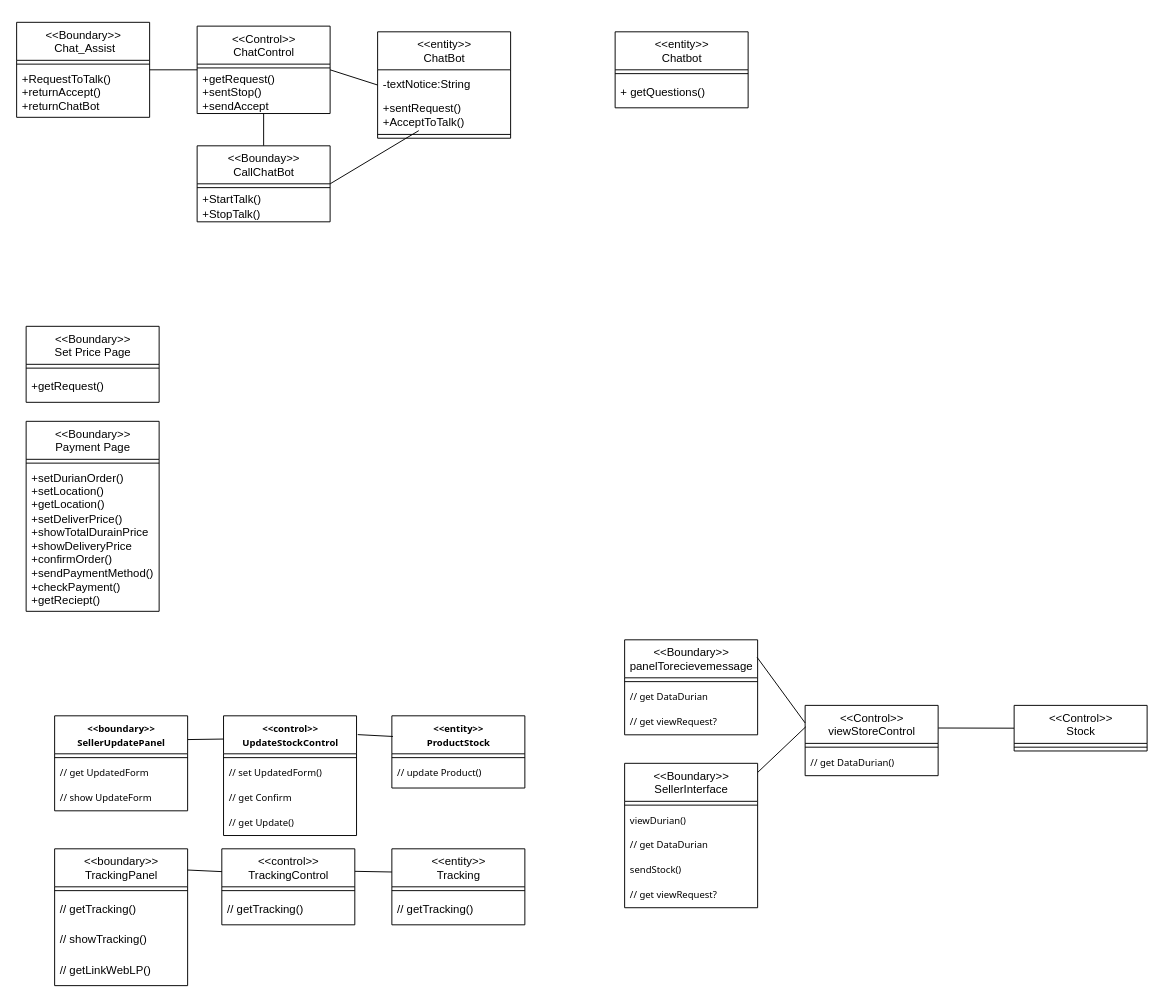
This is VOPC.drawio from munkeawtoast/isad-diagrams, a draw.io file, before an edit. Source tidied: cells renumbered, new cells numbered last; positions are measured from the earlier drawing's top-left corner, leaving out a move shared by most shapes. Both pictures are drawn from the tidied source at 95%, with x=0, y=0 at pixel (16, 22).
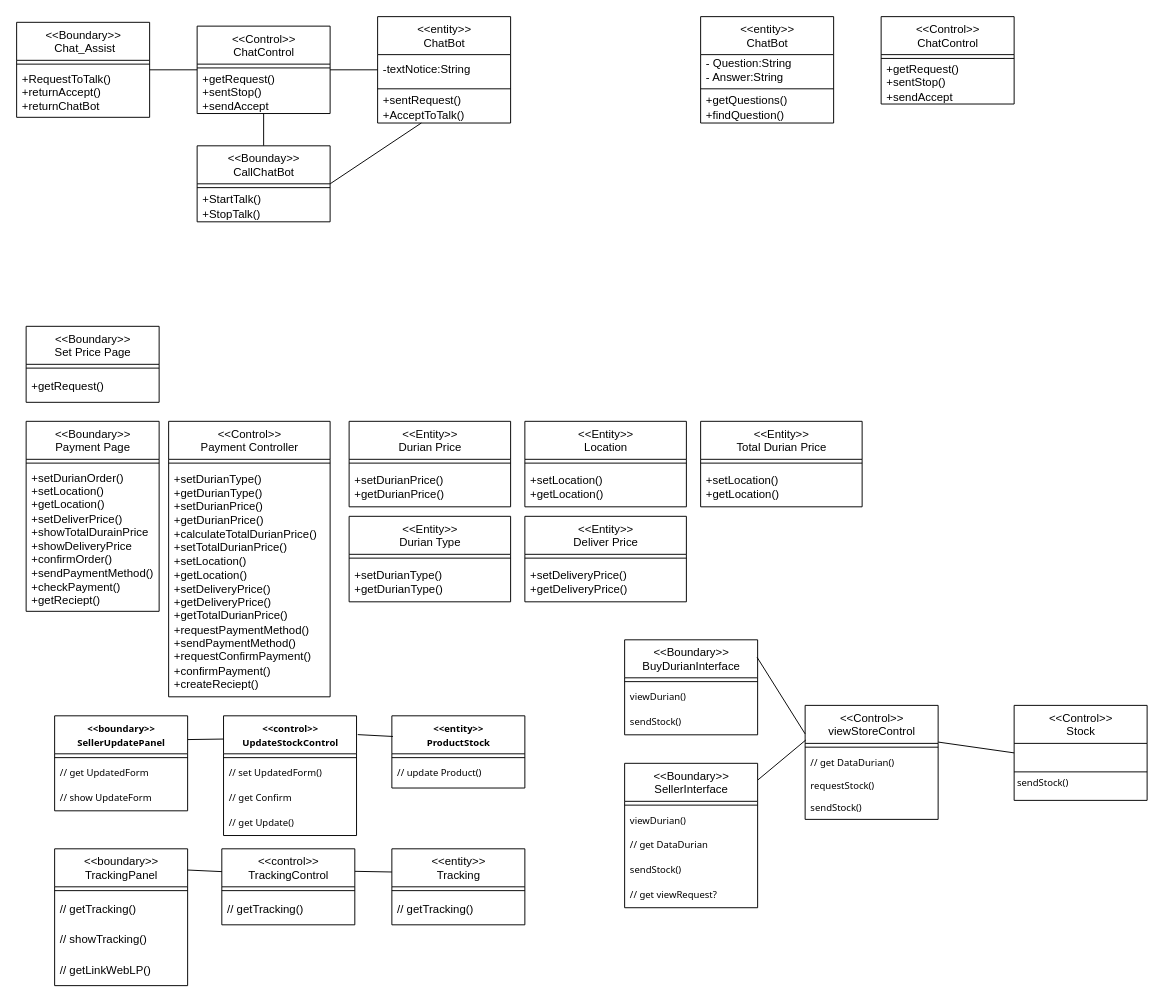
After the change.

What changed in the source:
```diff
@@
-    <mxCell id="2" value="&amp;lt;&amp;lt;entity&amp;gt;&amp;gt;&lt;br&gt;Chatbot" style="swimlane;fontStyle=0;align=center;verticalAlign=top;horizontal=1;startSize=40;html=1;" parent="1" vertex="1">
-      <mxGeometry x="630" y="10" width="140" height="80" as="geometry" />
-    </mxCell>
-    <mxCell id="3" style="line;strokeWidth=1;fillColor=none;align=left;verticalAlign=middle;spacingTop=-1;spacingLeft=3;spacingRight=3;labelPosition=right;" parent="2" vertex="1">
-      <mxGeometry y="40" width="140" height="8" as="geometry" />
-    </mxCell>
-    <mxCell id="4" value="+ getQuestions()&lt;br&gt;" style="html=1;strokeColor=none;fillColor=none;align=left;verticalAlign=middle;spacingLeft=4;spacingRight=4;" parent="2" vertex="1">
-      <mxGeometry y="48" width="140" height="32" as="geometry" />
-    </mxCell>
@@
     <mxCell id="13" value="&amp;lt;&amp;lt;entity&amp;gt;&amp;gt;&lt;br&gt;ChatBot" style="swimlane;fontStyle=0;align=center;verticalAlign=top;horizontal=1;startSize=40;html=1;" parent="1" vertex="1">
-      <mxGeometry x="380" y="10" width="140" height="112" as="geometry" />
+      <mxGeometry x="380" y="-6" width="140" height="112" as="geometry" />
     </mxCell>
@@
+    <mxCell id="16" style="line;strokeWidth=1;fillColor=none;align=left;verticalAlign=middle;spacingTop=-1;spacingLeft=3;spacingRight=3;labelPosition=right;" parent="13" vertex="1">
+      <mxGeometry y="72" width="140" height="8" as="geometry" />
+    </mxCell>
     <mxCell id="15" value="+sentRequest()&lt;br&gt;+AcceptToTalk()" style="html=1;strokeColor=none;fillColor=none;align=left;verticalAlign=middle;spacingLeft=4;spacingRight=4;points=[[0,0.5],[1,0.5]];" parent="13" vertex="1">
-      <mxGeometry y="72" width="140" height="32" as="geometry" />
+      <mxGeometry y="80" width="140" height="32" as="geometry" />
     </mxCell>
-    <mxCell id="16" style="line;strokeWidth=1;fillColor=none;align=left;verticalAlign=middle;spacingTop=-1;spacingLeft=3;spacingRight=3;labelPosition=right;" parent="13" vertex="1">
-      <mxGeometry y="104" width="140" height="8" as="geometry" />
-    </mxCell>
@@
-    <mxCell id="22" value="&lt;span style=&quot;font-family: Helvetica; font-size: 12px; font-style: normal; font-variant-ligatures: normal; font-variant-caps: normal; font-weight: 400; letter-spacing: normal; orphans: 2; text-align: center; text-indent: 0px; text-transform: none; widows: 2; word-spacing: 0px; -webkit-text-stroke-width: 0px; text-decoration-thickness: initial; text-decoration-style: initial; text-decoration-color: initial; float: none; display: inline !important;&quot;&gt;&amp;lt;&amp;lt;Boundary&amp;gt;&amp;gt;&lt;/span&gt;&lt;br style=&quot;border-color: rgb(0, 0, 0); font-family: Helvetica; font-size: 12px; font-style: normal; font-variant-ligatures: normal; font-variant-caps: normal; font-weight: 400; letter-spacing: normal; orphans: 2; text-align: center; text-indent: 0px; text-transform: none; widows: 2; word-spacing: 0px; -webkit-text-stroke-width: 0px; text-decoration-thickness: initial; text-decoration-style: initial; text-decoration-color: initial;&quot;&gt;&lt;span style=&quot;font-family: Helvetica; font-size: 12px; font-style: normal; font-variant-ligatures: normal; font-variant-caps: normal; font-weight: 400; letter-spacing: normal; orphans: 2; text-align: center; text-indent: 0px; text-transform: none; widows: 2; word-spacing: 0px; -webkit-text-stroke-width: 0px; text-decoration-thickness: initial; text-decoration-style: initial; text-decoration-color: initial; float: none; display: inline !important;&quot;&gt;panelTorecievemessage&lt;/span&gt;" style="swimlane;fontStyle=0;align=center;verticalAlign=top;horizontal=1;startSize=40;html=1;" parent="1" vertex="1">
+    <mxCell id="22" value="&lt;span style=&quot;font-family: Helvetica; font-size: 12px; font-style: normal; font-variant-ligatures: normal; font-variant-caps: normal; font-weight: 400; letter-spacing: normal; orphans: 2; text-align: center; text-indent: 0px; text-transform: none; widows: 2; word-spacing: 0px; -webkit-text-stroke-width: 0px; text-decoration-thickness: initial; text-decoration-style: initial; text-decoration-color: initial; float: none; display: inline !important;&quot;&gt;&amp;lt;&amp;lt;Boundary&amp;gt;&amp;gt;&lt;/span&gt;&lt;br style=&quot;border-color: rgb(0, 0, 0); font-family: Helvetica; font-size: 12px; font-style: normal; font-variant-ligatures: normal; font-variant-caps: normal; font-weight: 400; letter-spacing: normal; orphans: 2; text-align: center; text-indent: 0px; text-transform: none; widows: 2; word-spacing: 0px; -webkit-text-stroke-width: 0px; text-decoration-thickness: initial; text-decoration-style: initial; text-decoration-color: initial;&quot;&gt;&lt;span style=&quot;font-family: Helvetica; font-size: 12px; font-style: normal; font-variant-ligatures: normal; font-variant-caps: normal; font-weight: 400; letter-spacing: normal; orphans: 2; text-align: center; text-indent: 0px; text-transform: none; widows: 2; word-spacing: 0px; -webkit-text-stroke-width: 0px; text-decoration-thickness: initial; text-decoration-style: initial; text-decoration-color: initial; float: none; display: inline !important;&quot;&gt;BuyDurianInterface&lt;/span&gt;" style="swimlane;fontStyle=0;align=center;verticalAlign=top;horizontal=1;startSize=40;html=1;" parent="1" vertex="1">
       <mxGeometry x="640" y="650" width="140" height="100" as="geometry" />
     </mxCell>
@@
-    <mxCell id="24" value="// get DataDurian" style="text;strokeColor=none;fillColor=none;align=left;verticalAlign=top;spacingLeft=4;spacingRight=4;overflow=hidden;strokeWidth=0;fontFamily=Tahoma;fontSize=10;" parent="22" vertex="1">
+    <mxCell id="24" value="viewDurian()" style="text;strokeColor=none;fillColor=none;align=left;verticalAlign=top;spacingLeft=4;spacingRight=4;overflow=hidden;strokeWidth=0;fontFamily=Tahoma;fontSize=10;" parent="22" vertex="1">
       <mxGeometry y="48" width="140" height="26" as="geometry" />
     </mxCell>
-    <mxCell id="25" value="// get viewRequest?" style="text;strokeColor=none;fillColor=none;align=left;verticalAlign=top;spacingLeft=4;spacingRight=4;overflow=hidden;strokeWidth=0;fontFamily=Tahoma;fontSize=10;" parent="22" vertex="1">
+    <mxCell id="25" value="sendStock()" style="text;strokeColor=none;fillColor=none;align=left;verticalAlign=top;spacingLeft=4;spacingRight=4;overflow=hidden;strokeWidth=0;fontFamily=Tahoma;fontSize=10;" parent="22" vertex="1">
       <mxGeometry y="74" width="140" height="26" as="geometry" />
     </mxCell>
@@
     <mxCell id="27" value="&lt;span style=&quot;&quot;&gt;&amp;lt;&amp;lt;Control&amp;gt;&amp;gt;&lt;/span&gt;&lt;br style=&quot;&quot;&gt;&lt;span style=&quot;&quot;&gt;viewStoreControl&lt;/span&gt;" style="swimlane;fontStyle=0;align=center;verticalAlign=top;horizontal=1;startSize=40;html=1;" parent="1" vertex="1">
-      <mxGeometry x="830" y="719" width="140" height="74" as="geometry" />
+      <mxGeometry x="830" y="719" width="140" height="120" as="geometry" />
     </mxCell>
@@
-    <mxCell id="29" value="// get DataDurian()" style="text;strokeColor=none;fillColor=none;align=left;verticalAlign=top;spacingLeft=4;spacingRight=4;overflow=hidden;strokeWidth=0;fontFamily=Tahoma;fontSize=10;" parent="27" vertex="1">
-      <mxGeometry y="48" width="140" height="26" as="geometry" />
+    <mxCell id="29" value="// get DataDurian()&#10;&#10;requestStock()&#10;&#10;sendStock()&#10;" style="text;strokeColor=none;fillColor=none;align=left;verticalAlign=top;spacingLeft=4;spacingRight=4;overflow=hidden;strokeWidth=0;fontFamily=Tahoma;fontSize=10;" parent="27" vertex="1">
+      <mxGeometry y="48" width="140" height="72" as="geometry" />
     </mxCell>
@@
     <mxCell id="64" value="&lt;span style=&quot;&quot;&gt;&amp;lt;&amp;lt;Control&amp;gt;&amp;gt;&lt;/span&gt;&lt;br style=&quot;&quot;&gt;Stock" style="swimlane;fontStyle=0;align=center;verticalAlign=top;horizontal=1;startSize=40;html=1;" parent="1" vertex="1">
-      <mxGeometry x="1050" y="719" width="140" height="48" as="geometry" />
+      <mxGeometry x="1050" y="719" width="140" height="100" as="geometry" />
     </mxCell>
     <mxCell id="65" style="line;strokeWidth=1;fillColor=none;align=left;verticalAlign=middle;spacingTop=-1;spacingLeft=3;spacingRight=3;labelPosition=right;" parent="64" vertex="1">
-      <mxGeometry y="40" width="140" height="8" as="geometry" />
+      <mxGeometry y="40" width="140" height="60" as="geometry" />
     </mxCell>
@@
+    <mxCell id="73" value="&amp;lt;&amp;lt;Control&amp;gt;&amp;gt;&lt;br&gt;Payment Controller" style="swimlane;fontStyle=0;align=center;verticalAlign=top;horizontal=1;startSize=40;html=1;" parent="1" vertex="1">
+      <mxGeometry x="160" y="420" width="170" height="290" as="geometry" />
+    </mxCell>
+    <mxCell id="74" style="line;strokeWidth=1;fillColor=none;align=left;verticalAlign=middle;spacingTop=-1;spacingLeft=3;spacingRight=3;labelPosition=right;" parent="73" vertex="1">
+      <mxGeometry y="40" width="170" height="8" as="geometry" />
+    </mxCell>
+    <mxCell id="75" value="+setDurianType()&lt;br&gt;+getDurianType()&lt;br&gt;+setDurianPrice()&lt;br&gt;+getDurianPrice()&lt;br&gt;+calculateTotalDurianPrice()&lt;br&gt;+setTotalDurianPrice()&lt;br&gt;+setLocation()&lt;br&gt;+getLocation()&lt;br&gt;+setDeliveryPrice()&lt;br&gt;+getDeliveryPrice()&lt;br&gt;+getTotalDurianPrice()&lt;br&gt;+requestPaymentMethod()&lt;br&gt;+sendPaymentMethod()&lt;br&gt;+requestConfirmPayment()&lt;br&gt;+confirmPayment()&lt;br&gt;+createReciept()" style="html=1;strokeColor=none;fillColor=none;align=left;verticalAlign=middle;spacingLeft=4;spacingRight=4;" parent="73" vertex="1">
+      <mxGeometry y="48" width="170" height="242" as="geometry" />
+    </mxCell>
+    <mxCell id="76" value="&amp;lt;&amp;lt;entity&amp;gt;&amp;gt;&lt;br&gt;ChatBot" style="swimlane;fontStyle=0;align=center;verticalAlign=top;horizontal=1;startSize=40;html=1;" parent="1" vertex="1">
+      <mxGeometry x="720" y="-6" width="140" height="112" as="geometry" />
+    </mxCell>
+    <mxCell id="77" value="- Question:String&lt;br&gt;- Answer:String" style="html=1;strokeColor=none;fillColor=none;align=left;verticalAlign=middle;spacingLeft=4;spacingRight=4;" parent="76" vertex="1">
+      <mxGeometry y="40" width="140" height="32" as="geometry" />
+    </mxCell>
+    <mxCell id="78" style="line;strokeWidth=1;fillColor=none;align=left;verticalAlign=middle;spacingTop=-1;spacingLeft=3;spacingRight=3;labelPosition=right;" parent="76" vertex="1">
+      <mxGeometry y="72" width="140" height="8" as="geometry" />
+    </mxCell>
+    <mxCell id="79" value="+getQuestions()&lt;br&gt;+findQuestion()" style="html=1;strokeColor=none;fillColor=none;align=left;verticalAlign=middle;spacingLeft=4;spacingRight=4;" parent="76" vertex="1">
+      <mxGeometry y="80" width="140" height="32" as="geometry" />
+    </mxCell>
+    <mxCell id="80" value="&amp;lt;&amp;lt;Control&amp;gt;&amp;gt;&lt;br&gt;ChatControl" style="swimlane;fontStyle=0;align=center;verticalAlign=top;horizontal=1;startSize=40;html=1;" parent="1" vertex="1">
+      <mxGeometry x="910" y="-6" width="140" height="92" as="geometry" />
+    </mxCell>
+    <mxCell id="3" style="line;strokeWidth=1;fillColor=none;align=left;verticalAlign=middle;spacingTop=-1;spacingLeft=3;spacingRight=3;labelPosition=right;" parent="80" vertex="1">
+      <mxGeometry y="40" width="140" height="8" as="geometry" />
+    </mxCell>
+    <mxCell id="81" value="+getRequest()&lt;br&gt;+sentStop()&lt;br&gt;+sendAccept" style="html=1;strokeColor=none;fillColor=none;align=left;verticalAlign=middle;spacingLeft=4;spacingRight=4;" parent="80" vertex="1">
+      <mxGeometry y="48" width="140" height="44" as="geometry" />
+    </mxCell>
+    <mxCell id="82" value="&lt;span style=&quot;font-family: Tahoma; font-size: 10px; text-align: left;&quot;&gt;sendStock()&lt;/span&gt;" style="text;html=1;align=center;verticalAlign=middle;strokeColor=none;fillColor=none;" parent="1" vertex="1">
+      <mxGeometry x="1040" y="785" width="80" height="30" as="geometry" />
+    </mxCell>
+    <mxCell id="83" value="&amp;lt;&amp;lt;Entity&amp;gt;&amp;gt;&lt;br&gt;Durian Price" style="swimlane;fontStyle=0;align=center;verticalAlign=top;horizontal=1;startSize=40;html=1;" parent="1" vertex="1">
+      <mxGeometry x="350" y="420" width="170" height="90" as="geometry" />
+    </mxCell>
+    <mxCell id="84" style="line;strokeWidth=1;fillColor=none;align=left;verticalAlign=middle;spacingTop=-1;spacingLeft=3;spacingRight=3;labelPosition=right;" parent="83" vertex="1">
+      <mxGeometry y="40" width="170" height="8" as="geometry" />
+    </mxCell>
+    <mxCell id="85" value="+setDurianPrice()&lt;br&gt;+getDurianPrice()" style="html=1;strokeColor=none;fillColor=none;align=left;verticalAlign=middle;spacingLeft=4;spacingRight=4;" parent="83" vertex="1">
+      <mxGeometry y="48" width="170" height="42" as="geometry" />
+    </mxCell>
+    <mxCell id="86" value="&amp;lt;&amp;lt;Entity&amp;gt;&amp;gt;&lt;br&gt;Durian Type" style="swimlane;fontStyle=0;align=center;verticalAlign=top;horizontal=1;startSize=40;html=1;" parent="1" vertex="1">
+      <mxGeometry x="350" y="520" width="170" height="90" as="geometry" />
+    </mxCell>
+    <mxCell id="87" style="line;strokeWidth=1;fillColor=none;align=left;verticalAlign=middle;spacingTop=-1;spacingLeft=3;spacingRight=3;labelPosition=right;" parent="86" vertex="1">
+      <mxGeometry y="40" width="170" height="8" as="geometry" />
+    </mxCell>
+    <mxCell id="88" value="+setDurianType()&lt;br&gt;+getDurianType()" style="html=1;strokeColor=none;fillColor=none;align=left;verticalAlign=middle;spacingLeft=4;spacingRight=4;" parent="86" vertex="1">
+      <mxGeometry y="48" width="170" height="42" as="geometry" />
+    </mxCell>
+    <mxCell id="89" value="&amp;lt;&amp;lt;Entity&amp;gt;&amp;gt;&lt;br&gt;Location" style="swimlane;fontStyle=0;align=center;verticalAlign=top;horizontal=1;startSize=40;html=1;" parent="1" vertex="1">
+      <mxGeometry x="535" y="420" width="170" height="90" as="geometry" />
+    </mxCell>
+    <mxCell id="90" style="line;strokeWidth=1;fillColor=none;align=left;verticalAlign=middle;spacingTop=-1;spacingLeft=3;spacingRight=3;labelPosition=right;" parent="89" vertex="1">
+      <mxGeometry y="40" width="170" height="8" as="geometry" />
+    </mxCell>
+    <mxCell id="91" value="+setLocation()&lt;br&gt;+getLocation()" style="html=1;strokeColor=none;fillColor=none;align=left;verticalAlign=middle;spacingLeft=4;spacingRight=4;" parent="89" vertex="1">
+      <mxGeometry y="48" width="170" height="42" as="geometry" />
+    </mxCell>
+    <mxCell id="92" value="&amp;lt;&amp;lt;Entity&amp;gt;&amp;gt;&lt;br&gt;Deliver Price" style="swimlane;fontStyle=0;align=center;verticalAlign=top;horizontal=1;startSize=40;html=1;" parent="1" vertex="1">
+      <mxGeometry x="535" y="520" width="170" height="90" as="geometry" />
+    </mxCell>
+    <mxCell id="93" style="line;strokeWidth=1;fillColor=none;align=left;verticalAlign=middle;spacingTop=-1;spacingLeft=3;spacingRight=3;labelPosition=right;" parent="92" vertex="1">
+      <mxGeometry y="40" width="170" height="8" as="geometry" />
+    </mxCell>
+    <mxCell id="94" value="+setDeliveryPrice()&lt;br&gt;+getDeliveryPrice()" style="html=1;strokeColor=none;fillColor=none;align=left;verticalAlign=middle;spacingLeft=4;spacingRight=4;" parent="92" vertex="1">
+      <mxGeometry y="48" width="170" height="42" as="geometry" />
+    </mxCell>
+    <mxCell id="95" value="&amp;lt;&amp;lt;Entity&amp;gt;&amp;gt;&lt;br&gt;Total Durian Price" style="swimlane;fontStyle=0;align=center;verticalAlign=top;horizontal=1;startSize=40;html=1;" parent="1" vertex="1">
+      <mxGeometry x="720" y="420" width="170" height="90" as="geometry" />
+    </mxCell>
+    <mxCell id="96" style="line;strokeWidth=1;fillColor=none;align=left;verticalAlign=middle;spacingTop=-1;spacingLeft=3;spacingRight=3;labelPosition=right;" parent="95" vertex="1">
+      <mxGeometry y="40" width="170" height="8" as="geometry" />
+    </mxCell>
+    <mxCell id="97" value="+setLocation()&lt;br&gt;+getLocation()" style="html=1;strokeColor=none;fillColor=none;align=left;verticalAlign=middle;spacingLeft=4;spacingRight=4;" parent="95" vertex="1">
+      <mxGeometry y="48" width="170" height="42" as="geometry" />
+    </mxCell>
```
